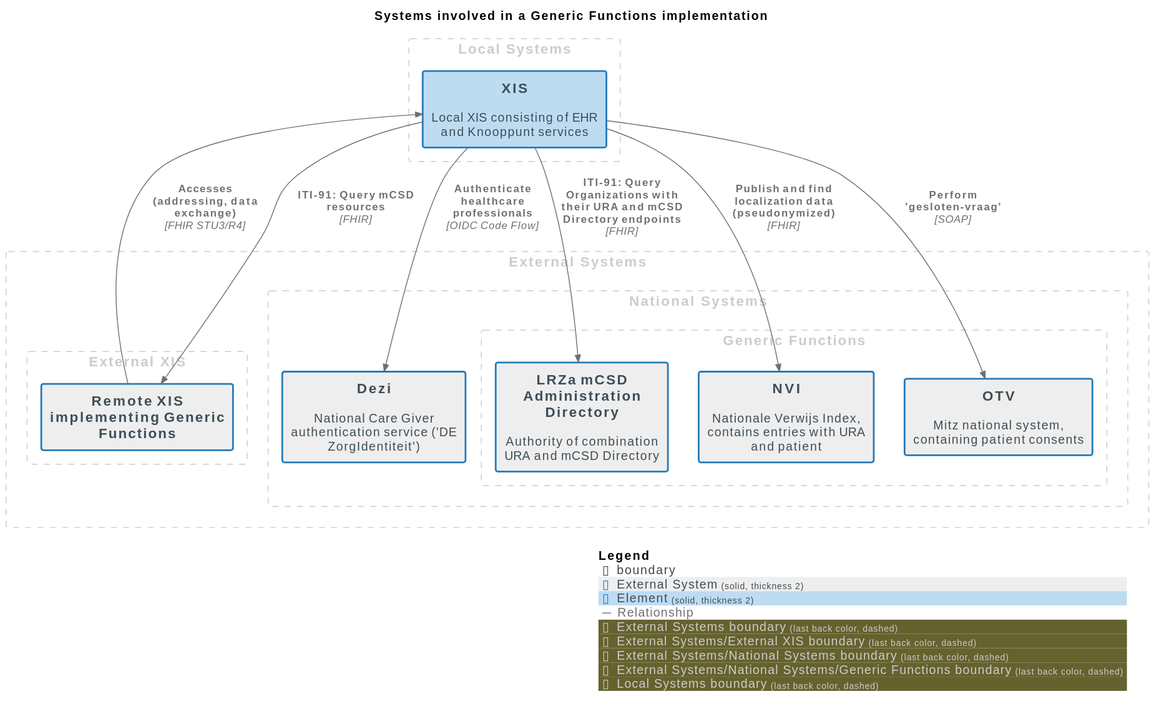
Before: docs/images/structurizr-GF_SystemContext.svg, a diagram exported from PlantUML (nuts-foundation/nuts-knooppunt).
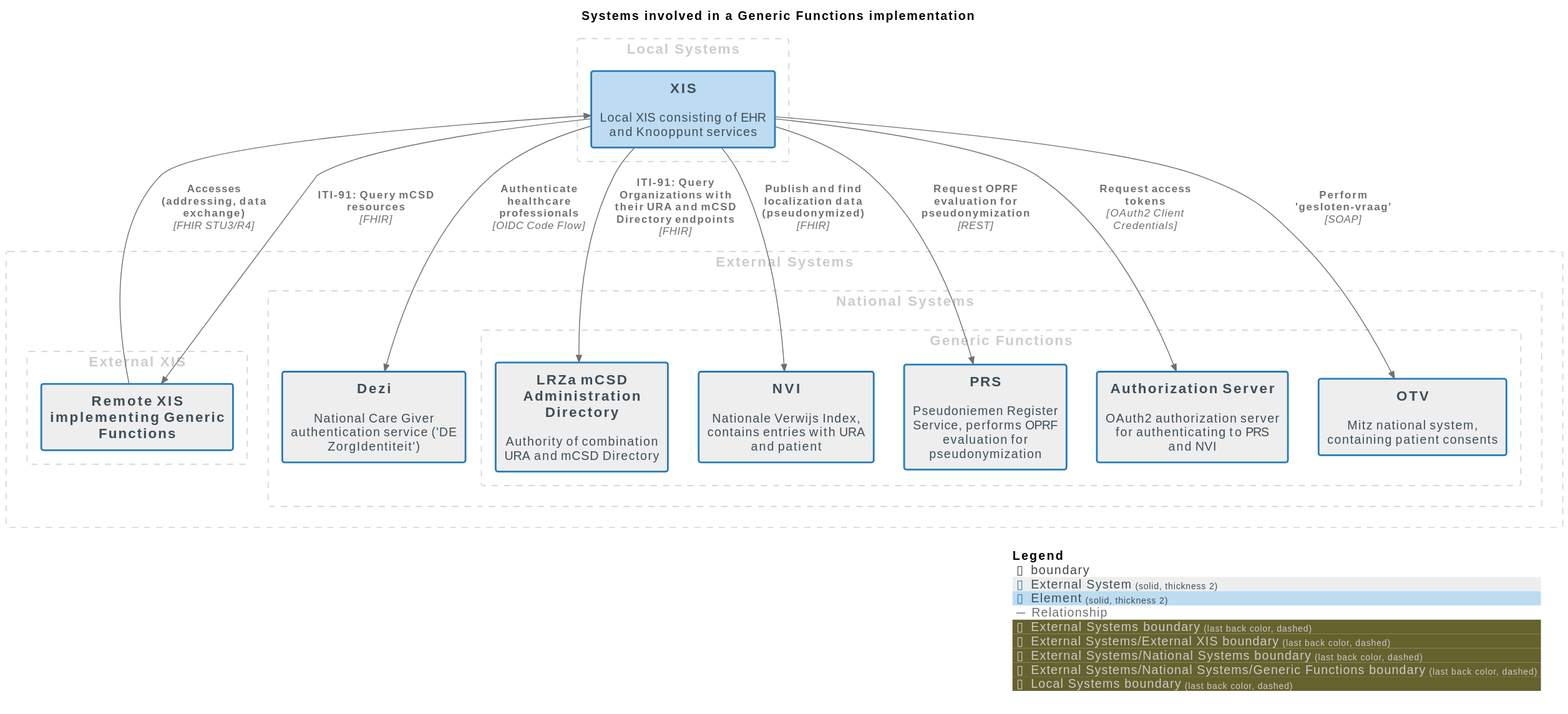
The same diagram one commit later.

What changed in the source:
```diff
@@ -26,6 +26,8 @@
         Boundary(group_4, "Generic Functions", $tags="External Systems/National Systems/Generic Functions") {
           System(LRZamCSDAdministrationDirectory, "LRZa mCSD Administration Directory", $descr="Authority of combination URA and mCSD Directory", $tags="External System", $link="")
           System(NVI, "NVI", $descr="Nationale Verwijs Index, contains entries with URA and patient", $tags="External System", $link="")
+          System(PRS, "PRS", $descr="Pseudoniemen Register Service, performs OPRF evaluation for pseudonymization", $tags="External System", $link="")
+          System(AuthorizationServer, "Authorization Server", $descr="OAuth2 authorization server for authenticating to PRS and NVI", $tags="External System", $link="")
           System(OTV, "OTV", $descr="Mitz national system, containing patient consents", $tags="External System", $link="")
         }
 
@@ -42,6 +44,8 @@
 Rel(RemoteXISimplementingGenericFunctions, XIS, "Accesses\n(addressing, data exchange)", $techn="FHIR STU3/R4", $tags="Relationship", $link="")
 Rel(XIS, LRZamCSDAdministrationDirectory, "ITI-91: Query Organizations with their URA and mCSD Directory endpoints", $techn="FHIR", $tags="Relationship", $link="")
 Rel(XIS, RemoteXISimplementingGenericFunctions, "ITI-91: Query mCSD resources", $techn="FHIR", $tags="Relationship", $link="")
+Rel(XIS, AuthorizationServer, "Request access tokens", $techn="OAuth2 Client Credentials", $tags="Relationship", $link="")
+Rel(XIS, PRS, "Request OPRF evaluation for pseudonymization", $techn="REST", $tags="Relationship", $link="")
 Rel(XIS, NVI, "Publish and find localization data\n(pseudonymized)", $techn="FHIR", $tags="Relationship", $link="")
 Rel(XIS, OTV, "Perform 'gesloten-vraag'", $techn="SOAP", $tags="Relationship", $link="")
 Rel(XIS, Dezi, "Authenticate healthcare professionals", $techn="OIDC Code Flow", $tags="Relationship", $link="")
```
